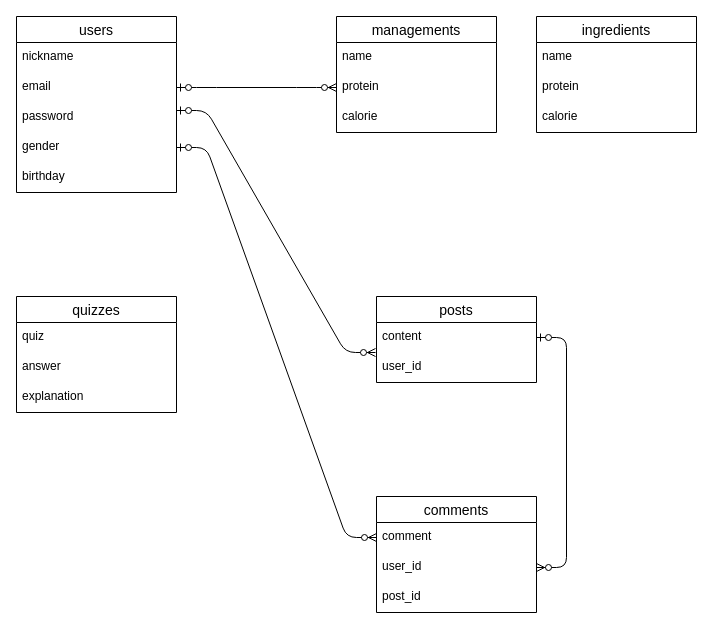
This is ER.dio from kineeeecchi/original-37109, a draw.io file, before an edit. Source tidied: cells renumbered, new cells numbered last; positions are measured from the earlier drawing's top-left corner, leaving out a move shared by most shapes. Both pictures are drawn from the tidied source at 100%, with x=0, y=0 at pixel (16, 16).
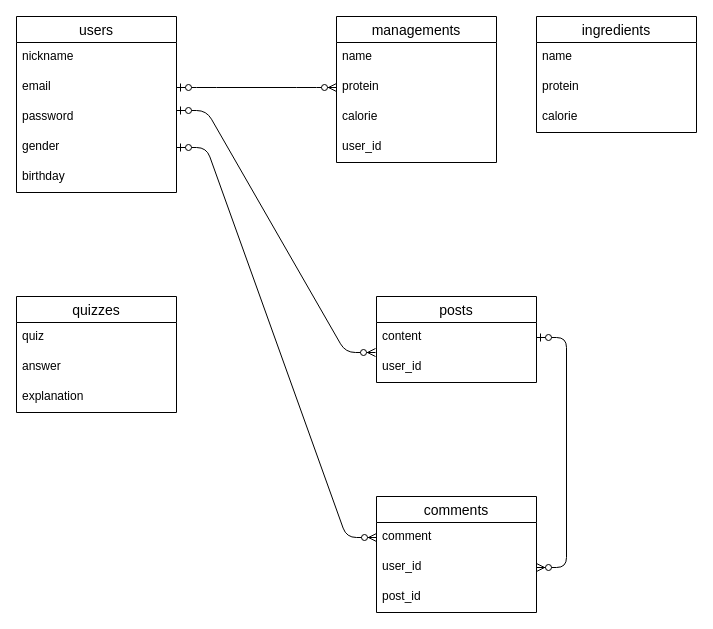
The same diagram, later.

What changed in the source:
```diff
@@
     <mxCell id="2" value="managements" style="swimlane;fontStyle=0;horizontal=1;startSize=26;align=center;fontSize=14;" parent="1" vertex="1">
-      <mxGeometry x="320" width="160" height="116" as="geometry" />
+      <mxGeometry x="320" width="160" height="146" as="geometry" />
     </mxCell>
@@
+    <mxCell id="31" value="user_id" style="text;strokeColor=none;fillColor=none;spacingLeft=4;spacingRight=4;overflow=hidden;fontSize=12;" parent="2" vertex="1">
+      <mxGeometry y="116" width="160" height="30" as="geometry" />
+    </mxCell>
```
